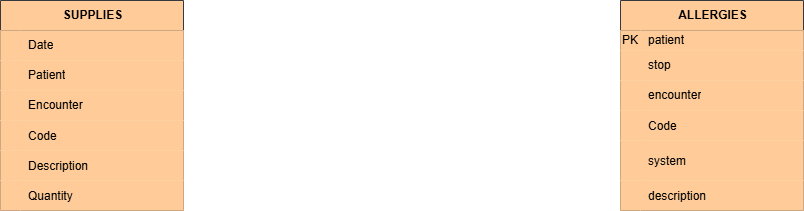
This is BigDataProject.drawio.png from UtsuroNoArashi/BigDataProject, a draw.io export, as it was before one commit. Source tidied: cells renumbered, new cells last; positions are measured from the earlier drawing's top-left corner, leaving out a move shared by most shapes.
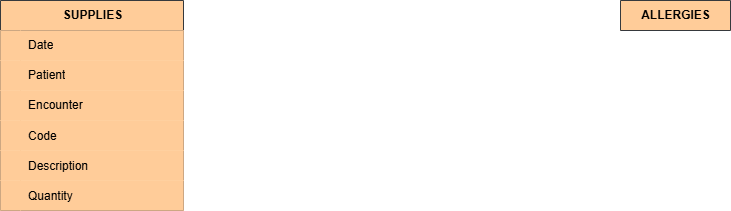
After the commit.

Diff of the diagram source:
```diff
@@ -59,62 +59,8 @@
     <mxCell id="20" value="Quantity" style="shape=partialRectangle;fillColor=light-dark(#FFCC99,#B98351);top=0;left=0;bottom=0;right=0;align=left;spacingLeft=6;overflow=hidden;strokeColor=default;fontColor=light-dark(#000000,#000000);" parent="18" vertex="1">
       <mxGeometry x="20" width="163" height="30" as="geometry" />
     </mxCell>
-    <mxCell id="21" value="ALLERGIES" style="shape=table;startSize=30;rowLines=0;fontStyle=1;align=center;html=1;fillColor=light-dark(#FFCC99,#B98351);strokeColor=light-dark(#36393D,#DDE2E4);fontColor=light-dark(#000000,#000000);" parent="1" vertex="1">
-      <mxGeometry x="620" width="183" height="210" as="geometry" />
+    <mxCell id="21" value="ALLERGIES" style="shape=table;startSize=30;rowLines=0;fontStyle=1;align=center;html=1;fillColor=light-dark(#FFCC99,#B98351);strokeColor=light-dark(#36393D,#DDE2E4);fontColor=light-dark(#000000,#000000);" parent="1" vertex="1" collapsed="1">
+      <mxGeometry x="620" width="110" height="30" as="geometry" />
     </mxCell>
-    <mxCell id="22" style="shape=tableRow;horizontal=0;startSize=0;swimlaneHead=0;swimlaneBody=0;fillColor=light-dark(#FFCC99,#B98351);top=0;left=0;right=0;bottom=0;strokeColor=light-dark(#36393D,#DDE2E4);fontColor=light-dark(#000000,#000000);" parent="21" vertex="1">
-      <mxGeometry y="30" width="183" height="20" as="geometry" />
-    </mxCell>
-    <mxCell id="23" value="PK" style="shape=partialRectangle;fillColor=light-dark(#FFCC99,#B98351);top=0;left=0;bottom=0;right=0;overflow=hidden;whiteSpace=wrap;html=1;strokeColor=light-dark(#36393D,#DDE2E4);fontColor=light-dark(#000000,#000000);" parent="22" vertex="1">
-      <mxGeometry width="20" height="20" as="geometry" />
-    </mxCell>
-    <mxCell id="24" value="patient" style="shape=partialRectangle;fillColor=light-dark(#FFCC99,#B98351);top=0;left=0;bottom=0;right=0;align=left;spacingLeft=6;overflow=hidden;whiteSpace=wrap;html=1;strokeColor=default;fontColor=light-dark(#000000,#000000);" parent="22" vertex="1">
-      <mxGeometry x="20" width="163" height="20" as="geometry" />
-    </mxCell>
-    <mxCell id="25" style="shape=tableRow;horizontal=0;startSize=0;swimlaneHead=0;swimlaneBody=0;fillColor=light-dark(#FFCC99,#B98351);top=0;left=0;right=0;bottom=0;strokeColor=light-dark(#36393D,#DDE2E4);fontColor=light-dark(#000000,#000000);" parent="21" vertex="1">
-      <mxGeometry y="50" width="183" height="30" as="geometry" />
-    </mxCell>
-    <mxCell id="26" style="shape=partialRectangle;fillColor=light-dark(#FFCC99,#B98351);top=0;left=0;bottom=0;right=0;overflow=hidden;whiteSpace=wrap;html=1;strokeColor=light-dark(#36393D,#DDE2E4);fontColor=light-dark(#000000,#000000);" parent="25" vertex="1">
-      <mxGeometry width="20" height="30" as="geometry" />
-    </mxCell>
-    <mxCell id="27" value="stop" style="shape=partialRectangle;fillColor=light-dark(#FFCC99,#B98351);top=0;left=0;bottom=0;right=0;align=left;spacingLeft=6;overflow=hidden;whiteSpace=wrap;html=1;strokeColor=default;fontColor=light-dark(#000000,#000000);" parent="25" vertex="1">
-      <mxGeometry x="20" width="163" height="30" as="geometry" />
-    </mxCell>
-    <mxCell id="28" style="shape=tableRow;horizontal=0;startSize=0;swimlaneHead=0;swimlaneBody=0;fillColor=light-dark(#FFCC99,#B98351);top=0;left=0;right=0;bottom=0;strokeColor=light-dark(#36393D,#DDE2E4);fontColor=light-dark(#000000,#000000);" parent="21" vertex="1">
-      <mxGeometry y="80" width="183" height="30" as="geometry" />
-    </mxCell>
-    <mxCell id="29" style="shape=partialRectangle;fillColor=light-dark(#FFCC99,#B98351);top=0;left=0;bottom=0;right=0;overflow=hidden;whiteSpace=wrap;html=1;strokeColor=light-dark(#36393D,#DDE2E4);fontColor=light-dark(#000000,#000000);" parent="28" vertex="1">
-      <mxGeometry width="20" height="30" as="geometry" />
-    </mxCell>
-    <mxCell id="30" value="encounter" style="shape=partialRectangle;fillColor=light-dark(#FFCC99,#B98351);top=0;left=0;bottom=0;right=0;align=left;spacingLeft=6;overflow=hidden;whiteSpace=wrap;html=1;strokeColor=default;fontColor=light-dark(#000000,#000000);" parent="28" vertex="1">
-      <mxGeometry x="20" width="163" height="30" as="geometry" />
-    </mxCell>
-    <mxCell id="31" style="shape=tableRow;horizontal=0;startSize=0;swimlaneHead=0;swimlaneBody=0;fillColor=light-dark(#FFCC99,#B98351);top=0;left=0;right=0;bottom=0;strokeColor=light-dark(#36393D,#DDE2E4);fontColor=light-dark(#000000,#000000);" parent="21" vertex="1">
-      <mxGeometry y="110" width="183" height="30" as="geometry" />
-    </mxCell>
-    <mxCell id="32" style="shape=partialRectangle;fillColor=light-dark(#FFCC99,#B98351);top=0;left=0;bottom=0;right=0;overflow=hidden;strokeColor=light-dark(#36393D,#DDE2E4);fontColor=light-dark(#000000,#000000);" parent="31" vertex="1">
-      <mxGeometry width="20" height="30" as="geometry" />
-    </mxCell>
-    <mxCell id="33" value="Code" style="shape=partialRectangle;fillColor=light-dark(#FFCC99,#B98351);top=0;left=0;bottom=0;right=0;align=left;spacingLeft=6;overflow=hidden;strokeColor=default;fontColor=light-dark(#000000,#000000);" parent="31" vertex="1">
-      <mxGeometry x="20" width="163" height="30" as="geometry" />
-    </mxCell>
-    <mxCell id="34" style="shape=tableRow;horizontal=0;startSize=0;swimlaneHead=0;swimlaneBody=0;fillColor=light-dark(#FFCC99,#B98351);top=0;left=0;right=0;bottom=0;strokeColor=light-dark(#36393D,#DDE2E4);fontColor=light-dark(#000000,#000000);" parent="21" vertex="1">
-      <mxGeometry y="140" width="183" height="40" as="geometry" />
-    </mxCell>
-    <mxCell id="35" style="shape=partialRectangle;fillColor=light-dark(#FFCC99,#B98351);top=0;left=0;bottom=0;right=0;overflow=hidden;strokeColor=light-dark(#36393D,#DDE2E4);fontColor=light-dark(#000000,#000000);" parent="34" vertex="1">
-      <mxGeometry width="20" height="40" as="geometry" />
-    </mxCell>
-    <mxCell id="36" value="system" style="shape=partialRectangle;fillColor=light-dark(#FFCC99,#B98351);top=0;left=0;bottom=0;right=0;align=left;spacingLeft=6;overflow=hidden;strokeColor=default;fontColor=light-dark(#000000,#000000);" parent="34" vertex="1">
-      <mxGeometry x="20" width="163" height="40" as="geometry" />
-    </mxCell>
-    <mxCell id="37" style="shape=tableRow;horizontal=0;startSize=0;swimlaneHead=0;swimlaneBody=0;fillColor=light-dark(#FFCC99,#B98351);top=0;left=0;right=0;bottom=0;strokeColor=light-dark(#36393D,#DDE2E4);fontColor=light-dark(#000000,#000000);" parent="21" vertex="1">
-      <mxGeometry y="180" width="183" height="30" as="geometry" />
-    </mxCell>
-    <mxCell id="38" style="shape=partialRectangle;fillColor=light-dark(#FFCC99,#B98351);top=0;left=0;bottom=0;right=0;overflow=hidden;strokeColor=light-dark(#36393D,#DDE2E4);fontColor=light-dark(#000000,#000000);" parent="37" vertex="1">
-      <mxGeometry width="20" height="30" as="geometry" />
-    </mxCell>
-    <mxCell id="39" value="description" style="shape=partialRectangle;fillColor=light-dark(#FFCC99,#B98351);top=0;left=0;bottom=0;right=0;align=left;spacingLeft=6;overflow=hidden;strokeColor=default;fontColor=light-dark(#000000,#000000);" parent="37" vertex="1">
-      <mxGeometry x="20" width="163" height="30" as="geometry" />
-    </mxCell>
   </root>
 </mxGraphModel>
```
